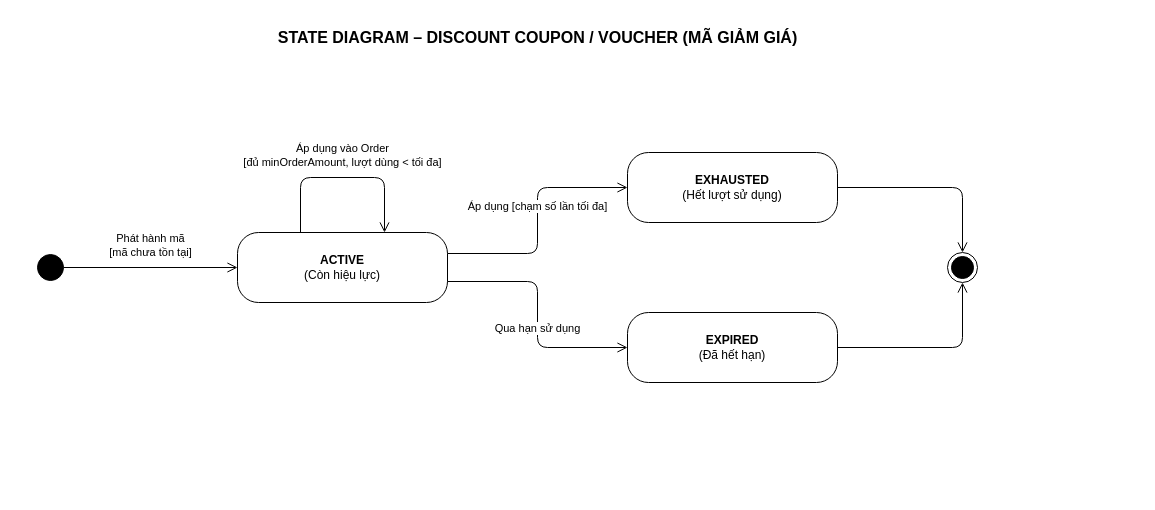
Above: docs/diagrams/State diagram/state-discount-coupon.drawio in chihai9-dev/quan-ly-nha-sach-ooad (draw.io), before the change. Source tidied: cells renumbered, new cells numbered last; positions are measured from the earlier drawing's top-left corner, leaving out a move shared by most shapes. Both pictures are drawn from the tidied source at 100%, with x=0, y=0 at pixel (37, 22).
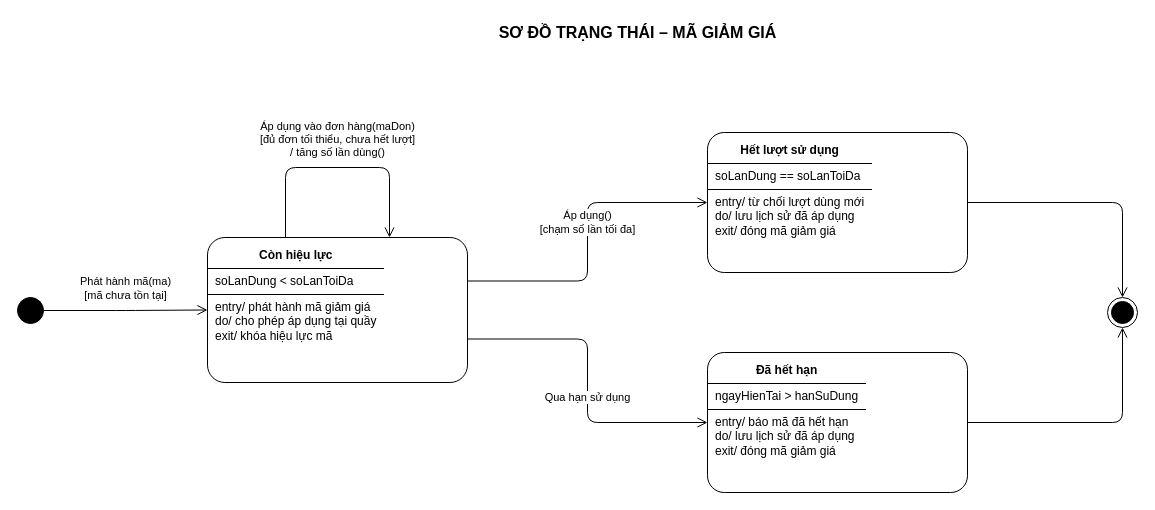
Above is the later version.

Change to the diagram source:
```diff
@@
 <mxGraphModel>
   <root>
     <mxCell id="0" />
     <mxCell id="1" parent="0" />
-    <mxCell id="2" value="&lt;b&gt;STATE DIAGRAM – DISCOUNT COUPON / VOUCHER (MÃ GIẢM GIÁ)&lt;/b&gt;" style="text;html=1;align=center;verticalAlign=middle;fontSize=16;" parent="1" vertex="1">
-      <mxGeometry x="150" width="700" height="30" as="geometry" />
+    <mxCell id="2" value="&lt;b&gt;SƠ ĐỒ TRẠNG THÁI – MÃ GIẢM GIÁ&lt;/b&gt;" style="text;html=1;align=center;verticalAlign=middle;fontSize=16;" parent="1" vertex="1">
+      <mxGeometry x="150" y="-5" width="900" height="30" as="geometry" />
     </mxCell>
     <mxCell id="3" style="ellipse;html=1;fillColor=#000000;strokeColor=#000000;" parent="1" vertex="1">
-      <mxGeometry y="232" width="26" height="26" as="geometry" />
+      <mxGeometry x="-20" y="275" width="26" height="26" as="geometry" />
     </mxCell>
-    <mxCell id="4" value="&lt;b&gt;ACTIVE&lt;/b&gt;&lt;br&gt;(Còn hiệu lực)" style="rounded=1;whiteSpace=wrap;html=1;arcSize=30;fillColor=#ffffff;strokeColor=#000000;" parent="1" vertex="1">
-      <mxGeometry x="200" y="210" width="210" height="70" as="geometry" />
+    <mxCell id="4" value="&lt;p style=&quot;margin:0;padding:6px 8px;text-align:center;&quot;&gt;&lt;b&gt;Còn hiệu lực&lt;/b&gt;&lt;/p&gt;&lt;hr style=&quot;border:0;border-top:1px solid #000000;margin:0;&quot;/&gt;&lt;p style=&quot;margin:0;padding:5px 8px;&quot;&gt;soLanDung &lt; soLanToiDa&lt;/p&gt;&lt;hr style=&quot;border:0;border-top:1px solid #000000;margin:0;&quot;/&gt;&lt;p style=&quot;margin:0;padding:5px 8px;&quot;&gt;entry/ phát hành mã giảm giá&lt;br/&gt;do/ cho phép áp dụng tại quầy&lt;br/&gt;exit/ khóa hiệu lực mã&lt;/p&gt;" style="rounded=1;whiteSpace=wrap;html=1;arcSize=12;fillColor=#ffffff;strokeColor=#000000;align=left;verticalAlign=top;spacing=0;fontSize=12;" parent="1" vertex="1">
+      <mxGeometry x="170" y="215" width="260" height="145" as="geometry" />
     </mxCell>
-    <mxCell id="5" value="&lt;b&gt;EXHAUSTED&lt;/b&gt;&lt;br&gt;(Hết lượt sử dụng)" style="rounded=1;whiteSpace=wrap;html=1;arcSize=30;fillColor=#ffffff;strokeColor=#000000;" parent="1" vertex="1">
-      <mxGeometry x="590" y="130" width="210" height="70" as="geometry" />
+    <mxCell id="5" value="&lt;p style=&quot;margin:0;padding:6px 8px;text-align:center;&quot;&gt;&lt;b&gt;Hết lượt sử dụng&lt;/b&gt;&lt;/p&gt;&lt;hr style=&quot;border:0;border-top:1px solid #000000;margin:0;&quot;/&gt;&lt;p style=&quot;margin:0;padding:5px 8px;&quot;&gt;soLanDung == soLanToiDa&lt;/p&gt;&lt;hr style=&quot;border:0;border-top:1px solid #000000;margin:0;&quot;/&gt;&lt;p style=&quot;margin:0;padding:5px 8px;&quot;&gt;entry/ từ chối lượt dùng mới&lt;br/&gt;do/ lưu lịch sử đã áp dụng&lt;br/&gt;exit/ đóng mã giảm giá&lt;/p&gt;" style="rounded=1;whiteSpace=wrap;html=1;arcSize=12;fillColor=#ffffff;strokeColor=#000000;align=left;verticalAlign=top;spacing=0;fontSize=12;" parent="1" vertex="1">
+      <mxGeometry x="670" y="110" width="260" height="140" as="geometry" />
     </mxCell>
-    <mxCell id="6" value="&lt;b&gt;EXPIRED&lt;/b&gt;&lt;br&gt;(Đã hết hạn)" style="rounded=1;whiteSpace=wrap;html=1;arcSize=30;fillColor=#ffffff;strokeColor=#000000;" parent="1" vertex="1">
-      <mxGeometry x="590" y="290" width="210" height="70" as="geometry" />
+    <mxCell id="6" value="&lt;p style=&quot;margin:0;padding:6px 8px;text-align:center;&quot;&gt;&lt;b&gt;Đã hết hạn&lt;/b&gt;&lt;/p&gt;&lt;hr style=&quot;border:0;border-top:1px solid #000000;margin:0;&quot;/&gt;&lt;p style=&quot;margin:0;padding:5px 8px;&quot;&gt;ngayHienTai &gt; hanSuDung&lt;/p&gt;&lt;hr style=&quot;border:0;border-top:1px solid #000000;margin:0;&quot;/&gt;&lt;p style=&quot;margin:0;padding:5px 8px;&quot;&gt;entry/ báo mã đã hết hạn&lt;br/&gt;do/ lưu lịch sử đã áp dụng&lt;br/&gt;exit/ đóng mã giảm giá&lt;/p&gt;" style="rounded=1;whiteSpace=wrap;html=1;arcSize=12;fillColor=#ffffff;strokeColor=#000000;align=left;verticalAlign=top;spacing=0;fontSize=12;" parent="1" vertex="1">
+      <mxGeometry x="670" y="330" width="260" height="140" as="geometry" />
     </mxCell>
     <mxCell id="7" style="ellipse;html=1;shape=endState;fillColor=#000000;strokeColor=#000000;" parent="1" vertex="1">
-      <mxGeometry x="910" y="230" width="30" height="30" as="geometry" />
+      <mxGeometry x="1070" y="275" width="30" height="30" as="geometry" />
     </mxCell>
-    <mxCell id="8" value="Phát hành mã&lt;br&gt;[mã chưa tồn tại]" style="edgeStyle=orthogonalEdgeStyle;rounded=1;html=1;endArrow=open;endSize=8;fontSize=11;labelBackgroundColor=#ffffff;" parent="1" edge="1" source="3" target="4">
+    <mxCell id="8" value="Phát hành mã(ma)&lt;br/&gt;[mã chưa tồn tại]" style="edgeStyle=orthogonalEdgeStyle;rounded=1;html=1;endArrow=open;endSize=8;fontSize=11;strokeColor=#000000;labelBackgroundColor=#ffffff;" parent="1" edge="1" source="3" target="4">
       <mxGeometry relative="1" as="geometry">
         <mxPoint y="-22" as="offset" />
       </mxGeometry>
     </mxCell>
-    <mxCell id="9" value="Áp dụng vào Order&lt;br&gt;[đủ minOrderAmount, lượt dùng &amp;lt; tối đa]" style="edgeStyle=orthogonalEdgeStyle;rounded=1;html=1;endArrow=open;endSize=8;exitX=0.3;exitY=0;exitDx=0;exitDy=0;entryX=0.7;entryY=0;entryDx=0;entryDy=0;fontSize=11;labelBackgroundColor=#ffffff;" parent="1" edge="1" source="4" target="4">
+    <mxCell id="9" value="Áp dụng vào đơn hàng(maDon)&lt;br/&gt;[đủ đơn tối thiểu, chưa hết lượt]&lt;br/&gt;/ tăng số lần dùng()" style="edgeStyle=orthogonalEdgeStyle;rounded=1;html=1;endArrow=open;endSize=8;fontSize=11;strokeColor=#000000;labelBackgroundColor=#ffffff;exitX=0.3;exitY=0;entryX=0.7;entryY=0;" parent="1" edge="1" source="4" target="4">
       <mxGeometry relative="1" as="geometry">
         <Array as="points">
-          <mxPoint x="263" y="155" />
-          <mxPoint x="347" y="155" />
+          <mxPoint x="248" y="145" />
+          <mxPoint x="352" y="145" />
         </Array>
-        <mxPoint y="-22" as="offset" />
+        <mxPoint y="-28" as="offset" />
       </mxGeometry>
     </mxCell>
-    <mxCell id="10" value="Áp dụng [chạm số lần tối đa]" style="edgeStyle=orthogonalEdgeStyle;rounded=1;html=1;endArrow=open;endSize=8;exitX=1;exitY=0.3;exitDx=0;exitDy=0;entryX=0;entryY=0.5;entryDx=0;entryDy=0;fontSize=11;labelBackgroundColor=#ffffff;" parent="1" edge="1" source="4" target="5">
+    <mxCell id="10" value="Áp dụng()&lt;br/&gt;[chạm số lần tối đa]" style="edgeStyle=orthogonalEdgeStyle;rounded=1;html=1;endArrow=open;endSize=8;fontSize=11;strokeColor=#000000;labelBackgroundColor=#ffffff;exitX=1;exitY=0.3;entryX=0;entryY=0.5;" parent="1" edge="1" source="4" target="5">
       <mxGeometry relative="1" as="geometry">
-        <mxPoint y="-14" as="offset" />
+        <mxPoint y="-20" as="offset" />
       </mxGeometry>
     </mxCell>
-    <mxCell id="11" value="Qua hạn sử dụng" style="edgeStyle=orthogonalEdgeStyle;rounded=1;html=1;endArrow=open;endSize=8;exitX=1;exitY=0.7;exitDx=0;exitDy=0;entryX=0;entryY=0.5;entryDx=0;entryDy=0;fontSize=11;labelBackgroundColor=#ffffff;" parent="1" edge="1" source="4" target="6">
+    <mxCell id="11" value="Qua hạn sử dụng" style="edgeStyle=orthogonalEdgeStyle;rounded=1;html=1;endArrow=open;endSize=8;fontSize=11;strokeColor=#000000;labelBackgroundColor=#ffffff;exitX=1;exitY=0.7;entryX=0;entryY=0.5;" parent="1" edge="1" source="4" target="6">
       <mxGeometry relative="1" as="geometry">
-        <mxPoint y="14" as="offset" />
+        <mxPoint y="16" as="offset" />
       </mxGeometry>
     </mxCell>
-    <mxCell id="12" style="edgeStyle=orthogonalEdgeStyle;rounded=1;html=1;endArrow=open;endSize=8;" parent="1" edge="1" source="5" target="7">
+    <mxCell id="12" style="edgeStyle=orthogonalEdgeStyle;rounded=1;html=1;endArrow=open;endSize=8;fontSize=11;strokeColor=#000000;labelBackgroundColor=#ffffff;" parent="1" edge="1" source="5" target="7">
       <mxGeometry relative="1" as="geometry" />
     </mxCell>
-    <mxCell id="13" style="edgeStyle=orthogonalEdgeStyle;rounded=1;html=1;endArrow=open;endSize=8;" parent="1" edge="1" source="6" target="7">
+    <mxCell id="13" style="edgeStyle=orthogonalEdgeStyle;rounded=1;html=1;endArrow=open;endSize=8;fontSize=11;strokeColor=#000000;labelBackgroundColor=#ffffff;" parent="1" edge="1" source="6" target="7">
       <mxGeometry relative="1" as="geometry" />
     </mxCell>
   </root>
 </mxGraphModel>
```
